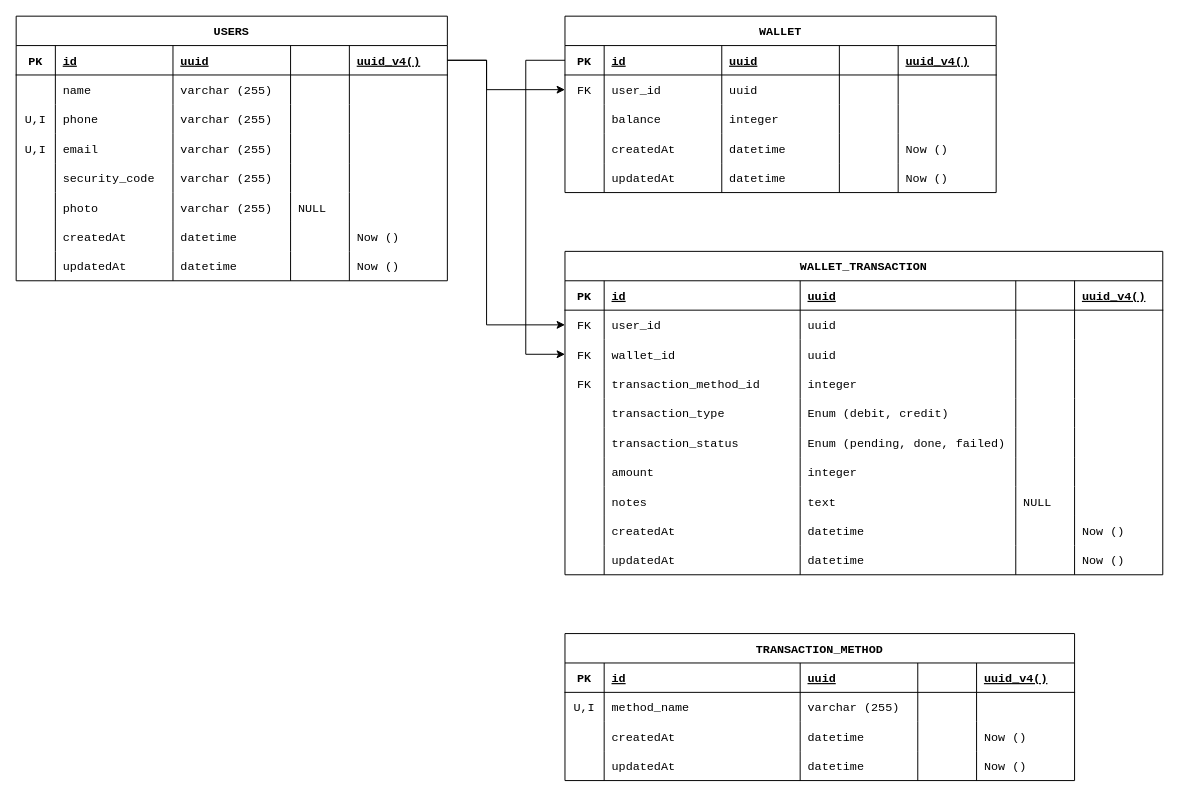
Before: requirements/Database ERD.drawio in foxxxesky/Final-Projects-Backend-OVO, a draw.io diagram. Source tidied: cells renumbered, new cells numbered last; positions are measured from the earlier drawing's top-left corner, leaving out a move shared by most shapes. Both pictures are drawn from the tidied source at 98%, with x=0, y=0 at pixel (16, 16).
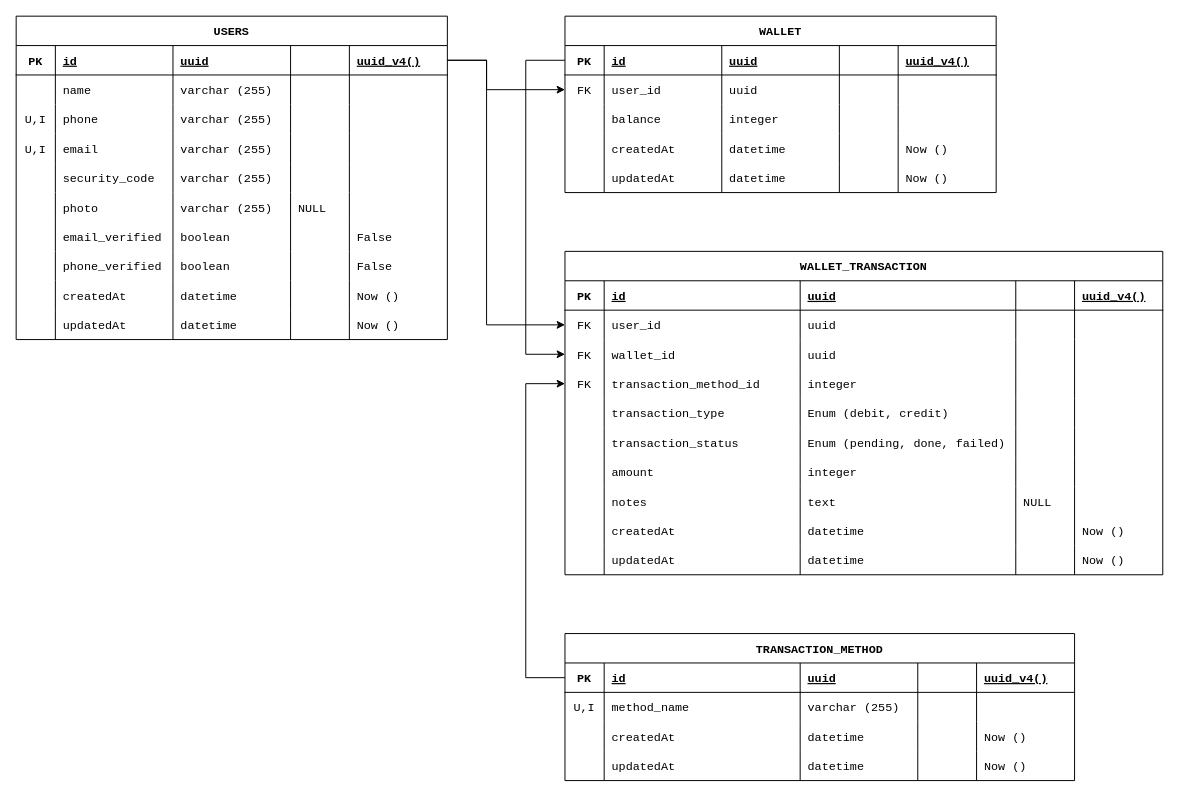
The same page after the edit.

Unchanged cells that the change refers to:
```xml
<mxCell id="102" style="shape=tableRow;horizontal=0;startSize=0;swimlaneHead=0;swimlaneBody=0;fillColor=none;points=[[0,0.5],[1,0.5]];portConstraint=eastwest;top=0;left=0;right=0;bottom=0;fontFamily=Courier New;" parent="83" vertex="1">
  <mxGeometry y="120" width="610" height="30" as="geometry" />
</mxCell>
<mxCell id="145" style="shape=tableRow;horizontal=0;startSize=0;swimlaneHead=0;swimlaneBody=0;fillColor=none;points=[[0,0.5],[1,0.5]];portConstraint=eastwest;top=0;left=0;right=0;bottom=1;fontFamily=Courier New;" parent="144" vertex="1">
  <mxGeometry y="30" width="520" height="30" as="geometry" />
</mxCell>
```

Diff of the diagram source:
```diff
@@
     <mxCell id="2" value="USERS" style="shape=table;startSize=30;childLayout=tableLayout;rowLines=0;fontStyle=1;align=center;fontFamily=Courier New;" parent="1" vertex="1">
-      <mxGeometry width="440" height="270" as="geometry" />
+      <mxGeometry width="440" height="330" as="geometry" />
     </mxCell>
@@
+    <mxCell id="171" style="shape=tableRow;horizontal=0;startSize=0;swimlaneHead=0;swimlaneBody=0;fillColor=none;top=0;left=0;right=0;bottom=0;fontFamily=Courier New;" parent="2" vertex="1">
+      <mxGeometry y="210" width="440" height="30" as="geometry" />
+    </mxCell>
+    <mxCell id="172" style="shape=partialRectangle;fillColor=none;top=0;left=0;bottom=0;right=0;overflow=hidden;fontFamily=Courier New;" parent="171" vertex="1">
+      <mxGeometry width="40" height="30" as="geometry" />
+    </mxCell>
+    <mxCell id="173" value="email_verified" style="shape=partialRectangle;fillColor=none;top=0;left=0;bottom=0;right=0;align=left;spacingLeft=6;overflow=hidden;fontFamily=Courier New;" parent="171" vertex="1">
+      <mxGeometry x="40" width="120" height="30" as="geometry" />
+    </mxCell>
+    <mxCell id="174" value="boolean" style="shape=partialRectangle;fillColor=none;top=0;left=0;bottom=0;right=0;align=left;spacingLeft=6;overflow=hidden;fontFamily=Courier New;" parent="171" vertex="1">
+      <mxGeometry x="160" width="120" height="30" as="geometry" />
+    </mxCell>
+    <mxCell id="175" style="shape=partialRectangle;fillColor=none;top=0;left=0;bottom=0;right=0;align=left;spacingLeft=6;overflow=hidden;fontFamily=Courier New;" parent="171" vertex="1">
+      <mxGeometry x="280" width="60" height="30" as="geometry" />
+    </mxCell>
+    <mxCell id="176" value="False" style="shape=partialRectangle;fillColor=none;top=0;left=0;bottom=0;right=0;align=left;spacingLeft=6;overflow=hidden;fontFamily=Courier New;" parent="171" vertex="1">
+      <mxGeometry x="340" width="100" height="30" as="geometry" />
+    </mxCell>
+    <mxCell id="177" style="shape=tableRow;horizontal=0;startSize=0;swimlaneHead=0;swimlaneBody=0;fillColor=none;top=0;left=0;right=0;bottom=0;fontFamily=Courier New;" parent="2" vertex="1">
+      <mxGeometry y="240" width="440" height="30" as="geometry" />
+    </mxCell>
+    <mxCell id="178" style="shape=partialRectangle;fillColor=none;top=0;left=0;bottom=0;right=0;overflow=hidden;fontFamily=Courier New;" parent="177" vertex="1">
+      <mxGeometry width="40" height="30" as="geometry" />
+    </mxCell>
+    <mxCell id="179" value="phone_verified" style="shape=partialRectangle;fillColor=none;top=0;left=0;bottom=0;right=0;align=left;spacingLeft=6;overflow=hidden;fontFamily=Courier New;" parent="177" vertex="1">
+      <mxGeometry x="40" width="120" height="30" as="geometry" />
+    </mxCell>
+    <mxCell id="180" value="boolean" style="shape=partialRectangle;fillColor=none;top=0;left=0;bottom=0;right=0;align=left;spacingLeft=6;overflow=hidden;fontFamily=Courier New;" parent="177" vertex="1">
+      <mxGeometry x="160" width="120" height="30" as="geometry" />
+    </mxCell>
+    <mxCell id="181" style="shape=partialRectangle;fillColor=none;top=0;left=0;bottom=0;right=0;align=left;spacingLeft=6;overflow=hidden;fontFamily=Courier New;" parent="177" vertex="1">
+      <mxGeometry x="280" width="60" height="30" as="geometry" />
+    </mxCell>
+    <mxCell id="182" value="False" style="shape=partialRectangle;fillColor=none;top=0;left=0;bottom=0;right=0;align=left;spacingLeft=6;overflow=hidden;fontFamily=Courier New;" parent="177" vertex="1">
+      <mxGeometry x="340" width="100" height="30" as="geometry" />
+    </mxCell>
     <mxCell id="39" style="shape=tableRow;horizontal=0;startSize=0;swimlaneHead=0;swimlaneBody=0;fillColor=none;top=0;left=0;right=0;bottom=0;fontFamily=Courier New;" parent="2" vertex="1">
-      <mxGeometry y="210" width="440" height="30" as="geometry" />
+      <mxGeometry y="270" width="440" height="30" as="geometry" />
     </mxCell>
@@
     <mxCell id="45" style="shape=tableRow;horizontal=0;startSize=0;swimlaneHead=0;swimlaneBody=0;fillColor=none;top=0;left=0;right=0;bottom=0;fontFamily=Courier New;" parent="2" vertex="1">
-      <mxGeometry y="240" width="440" height="30" as="geometry" />
+      <mxGeometry y="300" width="440" height="30" as="geometry" />
     </mxCell>
@@
+    <mxCell id="183" style="edgeStyle=orthogonalEdgeStyle;html=1;entryX=0;entryY=0.5;entryDx=0;entryDy=0;rounded=0;" parent="1" edge="1" source="145" target="102">
+      <mxGeometry relative="1" as="geometry">
+        <Array as="points">
+          <mxPoint x="520" y="675" />
+          <mxPoint x="520" y="375" />
+        </Array>
+      </mxGeometry>
+    </mxCell>
```
